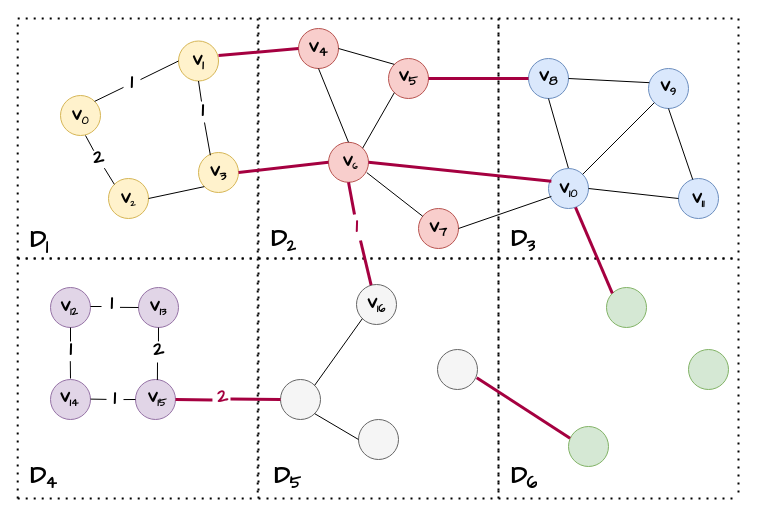
This is 未命名绘图.drawio from coldbubbletea/World-of-Warcraft--Non-graphical-interface-CPP-game, a draw.io file, before an edit. Source tidied: cells renumbered, new cells numbered last; positions are measured from the earlier drawing's top-left corner, leaving out a move shared by most shapes. Both pictures are drawn from the tidied source at 100%, with x=0, y=0 at pixel (17, 18).
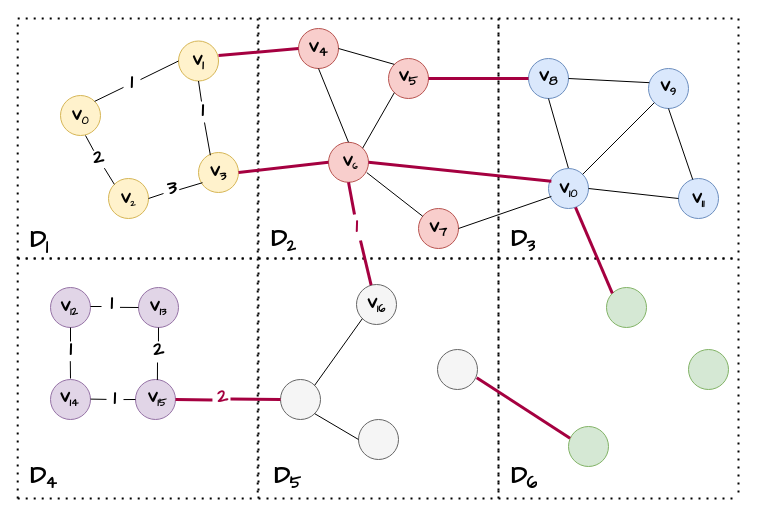
The same page after the edit.

Commit message:
更新未命名绘图.drawio

Unchanged cells that the change refers to:
```xml
<mxCell id="2" style="ellipse;whiteSpace=wrap;html=1;fillColor=#fff2cc;strokeColor=#d6b656;" parent="1" vertex="1">
  <mxGeometry x="91" y="160" width="40" height="40" as="geometry" />
</mxCell>
<mxCell id="50" style="ellipse;whiteSpace=wrap;html=1;fillColor=#fff2cc;strokeColor=#d6b656;" parent="1" vertex="1">
  <mxGeometry x="181" y="134" width="40" height="40" as="geometry" />
</mxCell>
```

The edit, as a diff of the source:
```diff
@@
-    <mxCell id="67" style="endArrow=none;html=1;rounded=0;entryX=0;entryY=1;entryDx=0;entryDy=0;exitX=1;exitY=0.5;exitDx=0;exitDy=0;" parent="1" edge="1" source="2" target="50">
-      <mxGeometry relative="1" as="geometry" />
+    <mxCell id="67" style="endArrow=none;html=1;rounded=0;exitX=1;exitY=0.5;exitDx=0;exitDy=0;" parent="1" edge="1" source="2">
+      <mxGeometry relative="1" as="geometry">
+        <mxPoint x="146" y="175" as="targetPoint" />
+      </mxGeometry>
     </mxCell>
@@
+    <mxCell id="118" value="&lt;font size=&quot;1&quot; face=&quot;Comic Sans MS&quot;&gt;&lt;b style=&quot;font-size: 19px;&quot;&gt;3&lt;/b&gt;&lt;/font&gt;" style="text;html=1;strokeColor=none;fillColor=none;align=center;verticalAlign=middle;whiteSpace=wrap;rounded=0;" parent="1" vertex="1">
+      <mxGeometry x="146" y="164.2" width="17" height="14.5" as="geometry" />
+    </mxCell>
+    <mxCell id="119" style="endArrow=none;html=1;rounded=0;exitX=0.928;exitY=0.481;exitDx=0;exitDy=0;exitPerimeter=0;" parent="1" edge="1" source="118">
+      <mxGeometry relative="1" as="geometry">
+        <mxPoint x="185" y="164.2" as="targetPoint" />
+      </mxGeometry>
+    </mxCell>
```
